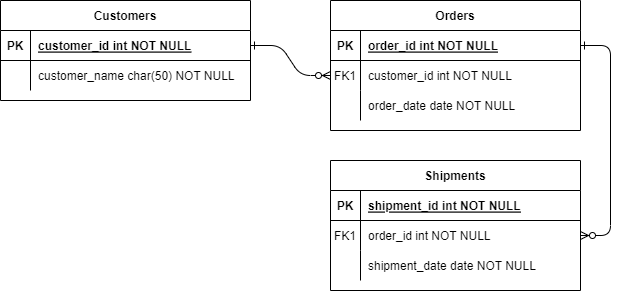
FreeSoulsDotBat/SER keeps this draw.io diagram as SER_Databases.png. Above is the earlier version. Source tidied: cells renumbered, new cells last; positions are measured from the earlier drawing's top-left corner, leaving out a move shared by most shapes.
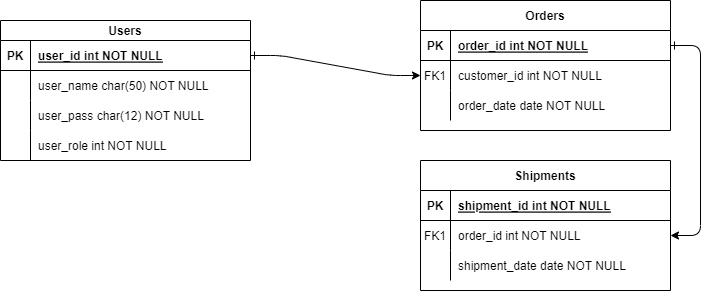
Above is the later version.

Diff of the diagram source:
```diff
@@ -2,10 +2,10 @@
   <root>
     <mxCell id="0" />
     <mxCell id="1" parent="0" />
-    <mxCell id="2" style="edgeStyle=entityRelationEdgeStyle;endArrow=ERzeroToMany;startArrow=ERone;endFill=1;startFill=0;" parent="1" edge="1" source="25" target="8">
+    <mxCell id="2" style="edgeStyle=entityRelationEdgeStyle;endArrow=classic;startArrow=ERone;endFill=1;startFill=0;" parent="1" edge="1" source="25" target="8">
       <mxGeometry relative="1" as="geometry" />
     </mxCell>
-    <mxCell id="3" style="edgeStyle=entityRelationEdgeStyle;endArrow=ERzeroToMany;startArrow=ERone;endFill=1;startFill=0;" parent="1" edge="1" source="5" target="18">
+    <mxCell id="3" style="edgeStyle=entityRelationEdgeStyle;endArrow=classic;startArrow=ERone;endFill=1;startFill=0;" parent="1" edge="1" source="5" target="18">
       <mxGeometry relative="1" as="geometry" />
     </mxCell>
     <mxCell id="4" value="Orders" style="shape=table;startSize=30;rowLines=0;fontStyle=1;align=center;" parent="1" vertex="1">
@@ -68,26 +68,44 @@
     <mxCell id="23" value="shipment_date date NOT NULL" style="shape=partialRectangle;overflow=hidden;fillColor=none;top=0;left=0;bottom=0;right=0;align=left;spacingLeft=6;" parent="21" vertex="1">
       <mxGeometry x="30" width="220" height="30" as="geometry" />
     </mxCell>
-    <mxCell id="24" value="Customers" style="shape=table;startSize=30;rowLines=0;fontStyle=1;align=center;" parent="1" vertex="1">
-      <mxGeometry width="250" height="100" as="geometry" />
+    <mxCell id="24" value="Users" style="shape=table;startSize=20;rowLines=0;fontStyle=1;align=center;" parent="1" vertex="1">
+      <mxGeometry x="-90" y="20" width="250" height="140" as="geometry" />
     </mxCell>
     <mxCell id="25" style="shape=partialRectangle;fillColor=none;points=[[0,0.5],[1,0.5]];portConstraint=eastwest;top=0;left=0;right=0;bottom=1;" parent="24" vertex="1">
-      <mxGeometry y="30" width="250" height="30" as="geometry" />
+      <mxGeometry y="20" width="250" height="30" as="geometry" />
     </mxCell>
     <mxCell id="26" value="PK" style="shape=partialRectangle;overflow=hidden;fillColor=none;top=0;left=0;bottom=0;right=0;fontStyle=1;" parent="25" vertex="1">
       <mxGeometry width="30" height="30" as="geometry" />
     </mxCell>
-    <mxCell id="27" value="customer_id int NOT NULL " style="shape=partialRectangle;overflow=hidden;fillColor=none;top=0;left=0;bottom=0;right=0;align=left;spacingLeft=6;fontStyle=5;" parent="25" vertex="1">
+    <mxCell id="27" value="user_id int NOT NULL " style="shape=partialRectangle;overflow=hidden;fillColor=none;top=0;left=0;bottom=0;right=0;align=left;spacingLeft=6;fontStyle=5;" parent="25" vertex="1">
       <mxGeometry x="30" width="220" height="30" as="geometry" />
     </mxCell>
     <mxCell id="28" style="shape=partialRectangle;fillColor=none;top=0;left=0;right=0;bottom=0;" parent="24" vertex="1">
-      <mxGeometry y="60" width="250" height="30" as="geometry" />
+      <mxGeometry y="50" width="250" height="30" as="geometry" />
     </mxCell>
     <mxCell id="29" style="shape=partialRectangle;overflow=hidden;fillColor=none;top=0;left=0;bottom=0;right=0;" parent="28" vertex="1">
       <mxGeometry width="30" height="30" as="geometry" />
     </mxCell>
-    <mxCell id="30" value="customer_name char(50) NOT NULL" style="shape=partialRectangle;overflow=hidden;fillColor=none;top=0;left=0;bottom=0;right=0;align=left;spacingLeft=6;" parent="28" vertex="1">
+    <mxCell id="30" value="user_name char(50) NOT NULL" style="shape=partialRectangle;overflow=hidden;fillColor=none;top=0;left=0;bottom=0;right=0;align=left;spacingLeft=6;" parent="28" vertex="1">
       <mxGeometry x="30" width="220" height="30" as="geometry" />
     </mxCell>
+    <mxCell id="31" style="shape=partialRectangle;fillColor=none;top=0;left=0;right=0;bottom=0;" parent="24" vertex="1">
+      <mxGeometry y="80" width="250" height="30" as="geometry" />
+    </mxCell>
+    <mxCell id="32" style="shape=partialRectangle;overflow=hidden;fillColor=none;top=0;left=0;bottom=0;right=0;" parent="31" vertex="1">
+      <mxGeometry width="30" height="30" as="geometry" />
+    </mxCell>
+    <mxCell id="33" value="user_pass char(12) NOT NULL" style="shape=partialRectangle;overflow=hidden;fillColor=none;top=0;left=0;bottom=0;right=0;align=left;spacingLeft=6;" parent="31" vertex="1">
+      <mxGeometry x="30" width="220" height="30" as="geometry" />
+    </mxCell>
+    <mxCell id="34" style="shape=partialRectangle;fillColor=none;top=0;left=0;right=0;bottom=0;" parent="24" vertex="1">
+      <mxGeometry y="110" width="250" height="30" as="geometry" />
+    </mxCell>
+    <mxCell id="35" style="shape=partialRectangle;overflow=hidden;fillColor=none;top=0;left=0;bottom=0;right=0;" parent="34" vertex="1">
+      <mxGeometry width="30" height="30" as="geometry" />
+    </mxCell>
+    <mxCell id="36" value="user_role int NOT NULL" style="shape=partialRectangle;overflow=hidden;fillColor=none;top=0;left=0;bottom=0;right=0;align=left;spacingLeft=6;" parent="34" vertex="1">
+      <mxGeometry x="30" width="220" height="30" as="geometry" />
+    </mxCell>
   </root>
 </mxGraphModel>
```
